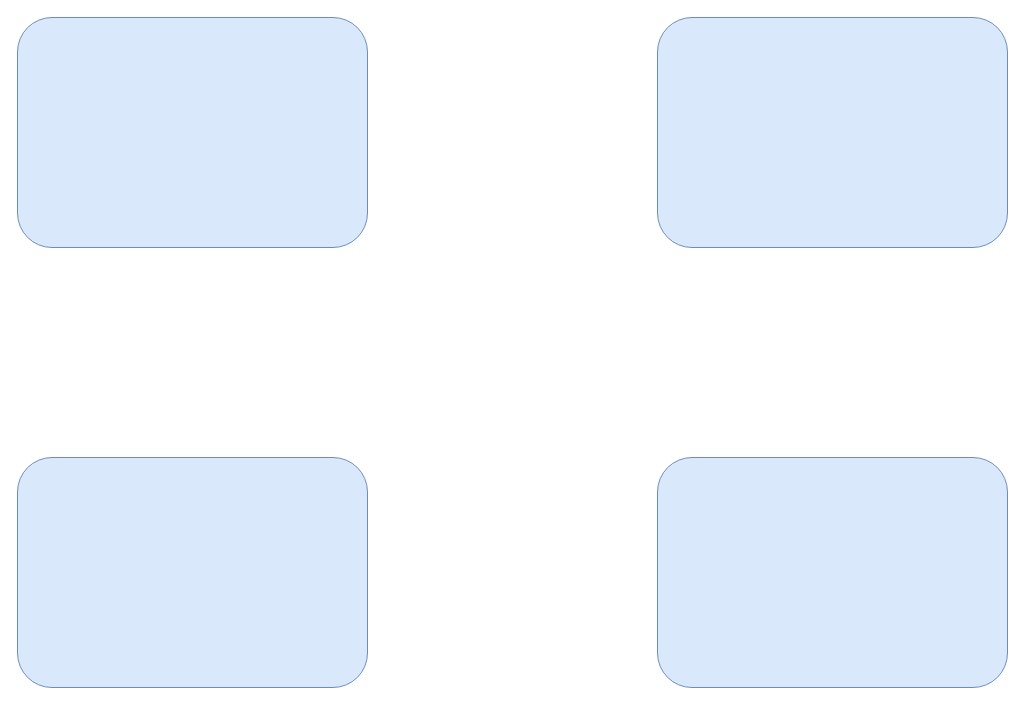
Before: 企业IT能力建设的增长飞轮.drawio in GeekKwok/UML, a draw.io diagram. Source tidied: cells renumbered, new cells numbered last; positions are measured from the earlier drawing's top-left corner, leaving out a move shared by most shapes. Both pictures are drawn from the tidied source at 100%, with x=0, y=0 at pixel (17, 17).
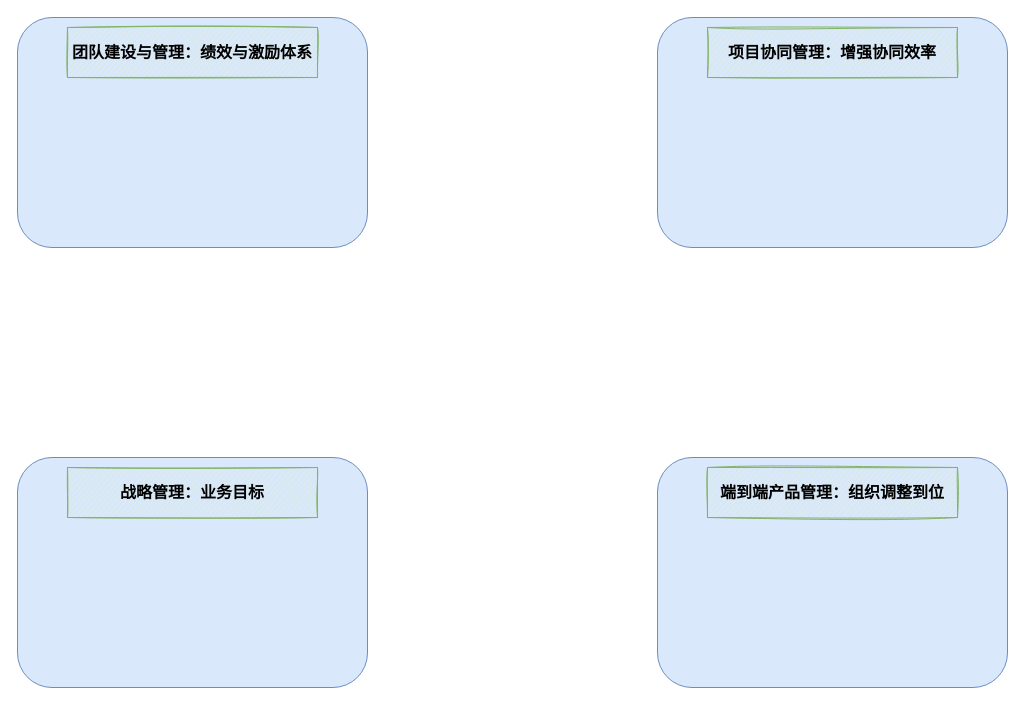
After the change.

Commit message (it also covers changes not shown here):
Update 企业IT能力建设的增长飞轮.drawio

Diff of the diagram source:
```diff
@@
 <mxGraphModel>
   <root>
     <mxCell id="0" />
     <mxCell id="1" parent="0" />
     <mxCell id="2" style="rounded=1;whiteSpace=wrap;html=1;fillColor=#dae8fc;strokeColor=#6c8ebf;" parent="1" vertex="1">
       <mxGeometry width="350" height="230" as="geometry" />
     </mxCell>
     <mxCell id="3" style="rounded=1;whiteSpace=wrap;html=1;fillColor=#dae8fc;strokeColor=#6c8ebf;" parent="1" vertex="1">
       <mxGeometry x="640" width="350" height="230" as="geometry" />
     </mxCell>
     <mxCell id="4" style="rounded=1;whiteSpace=wrap;html=1;fillColor=#dae8fc;strokeColor=#6c8ebf;" parent="1" vertex="1">
       <mxGeometry y="440" width="350" height="230" as="geometry" />
     </mxCell>
     <mxCell id="5" style="rounded=1;whiteSpace=wrap;html=1;fillColor=#dae8fc;strokeColor=#6c8ebf;" parent="1" vertex="1">
       <mxGeometry x="640" y="440" width="350" height="230" as="geometry" />
     </mxCell>
+    <mxCell id="6" value="&lt;font style=&quot;font-size: 16px&quot;&gt;&lt;b&gt;项目协同管理：增强协同效率&lt;/b&gt;&lt;/font&gt;" style="rounded=0;whiteSpace=wrap;html=1;fillColor=#d5e8d4;strokeColor=#82b366;shadow=0;sketch=1;glass=0;" parent="1" vertex="1">
+      <mxGeometry x="690" y="10" width="250" height="50" as="geometry" />
+    </mxCell>
+    <mxCell id="7" value="&lt;font style=&quot;font-size: 16px&quot;&gt;&lt;b&gt;团队建设与管理：&lt;/b&gt;&lt;/font&gt;&lt;b style=&quot;font-size: 16px&quot;&gt;绩效与激励体系&lt;/b&gt;" style="rounded=0;whiteSpace=wrap;html=1;fillColor=#d5e8d4;strokeColor=#82b366;shadow=0;sketch=1;glass=0;" parent="1" vertex="1">
+      <mxGeometry x="50" y="10" width="250" height="50" as="geometry" />
+    </mxCell>
+    <mxCell id="8" value="&lt;font style=&quot;font-size: 16px&quot;&gt;&lt;b&gt;战略管理：业务目标&lt;/b&gt;&lt;/font&gt;" style="rounded=0;whiteSpace=wrap;html=1;fillColor=#d5e8d4;strokeColor=#82b366;shadow=0;sketch=1;glass=0;" parent="1" vertex="1">
+      <mxGeometry x="50" y="450" width="250" height="50" as="geometry" />
+    </mxCell>
+    <mxCell id="9" value="&lt;font style=&quot;font-size: 16px&quot;&gt;&lt;b&gt;端到端产品管理：组织调整到位&lt;/b&gt;&lt;/font&gt;" style="rounded=0;whiteSpace=wrap;html=1;fillColor=#d5e8d4;strokeColor=#82b366;shadow=0;sketch=1;glass=0;" parent="1" vertex="1">
+      <mxGeometry x="690" y="450" width="250" height="50" as="geometry" />
+    </mxCell>
   </root>
 </mxGraphModel>
```
